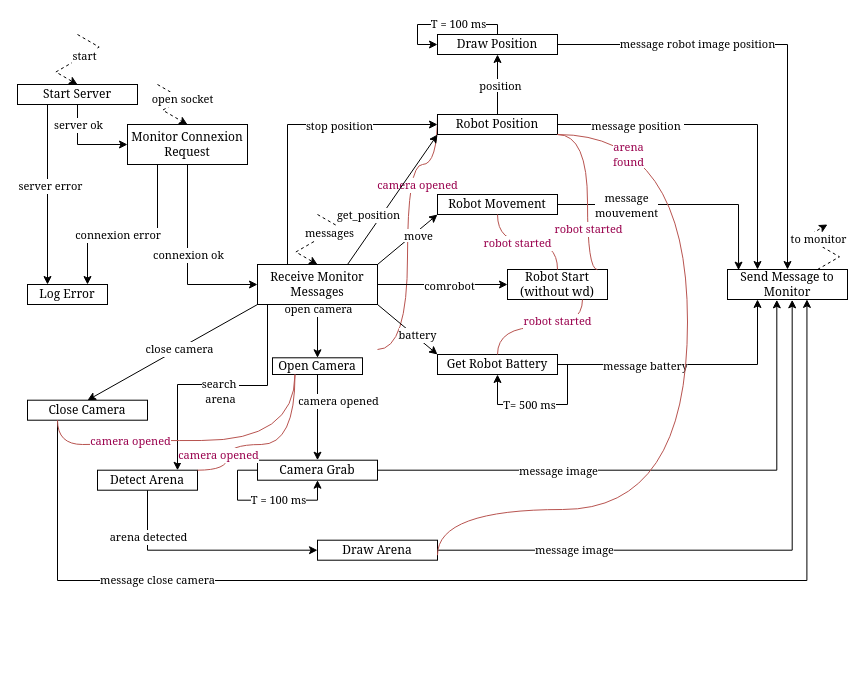
This is page "Page-3" (3 of 3) of Diagrama sem nome.drawio from Ruba008/BE_temps_reel, a draw.io file, before an edit. Source tidied: cells renumbered, new cells numbered last; positions are measured from the earlier drawing's top-left corner, leaving out a move shared by most shapes. Both pictures are drawn from the tidied source at 100%, with x=0, y=0 at pixel (17, 24).
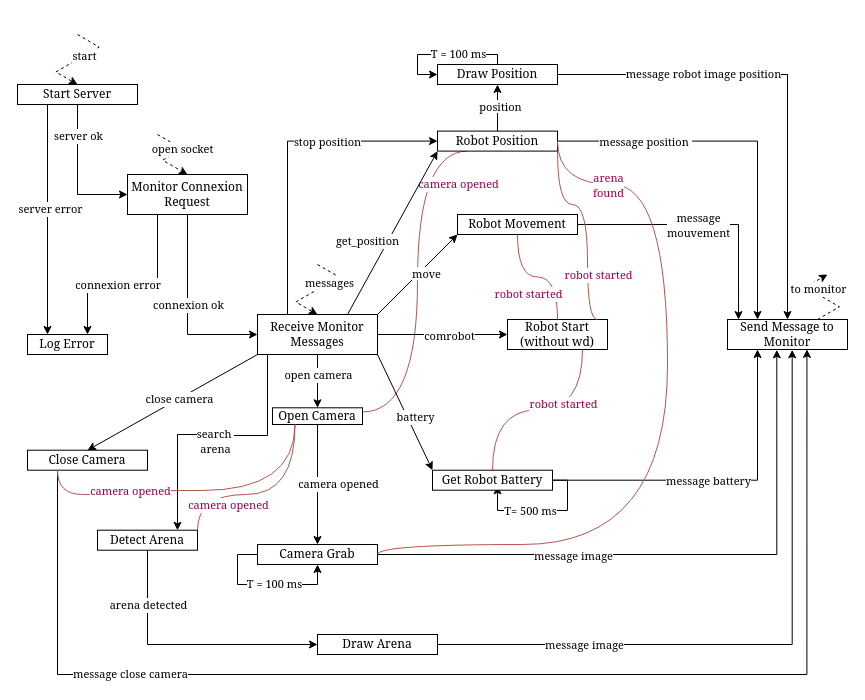
The same diagram, later.

The change refers to these unchanged cells:
```xml
<mxCell id="18" style="edgeStyle=orthogonalEdgeStyle;rounded=0;jettySize=auto;html=1;entryX=0.5;entryY=0;entryDx=0;entryDy=0;exitX=0.5;exitY=1;exitDx=0;exitDy=0;" parent="1" edge="1" source="34" target="40">
  <mxGeometry relative="1" as="geometry" />
</mxCell>
<mxCell id="38" style="edgeStyle=orthogonalEdgeStyle;rounded=0;jettySize=auto;html=1;entryX=0.5;entryY=0;entryDx=0;entryDy=0;" parent="1" edge="1" source="40" target="58">
  <mxGeometry relative="1" as="geometry" />
</mxCell>
<mxCell id="45" style="endArrow=none;html=1;rounded=0;entryX=0.5;entryY=1;entryDx=0;entryDy=0;exitX=0.5;exitY=0;exitDx=0;exitDy=0;edgeStyle=orthogonalEdgeStyle;curved=1;fillColor=#f8cecc;strokeColor=#b85450;" parent="1" edge="1" source="41" target="44">
  <mxGeometry relative="1" as="geometry" />
</mxCell>
<mxCell id="49" style="edgeStyle=orthogonalEdgeStyle;rounded=0;jettySize=auto;html=1;entryX=0.25;entryY=1;entryDx=0;entryDy=0;" parent="1" edge="1" source="51" target="61">
  <mxGeometry relative="1" as="geometry" />
</mxCell>
```

Change to the diagram source:
```diff
@@
-    <mxCell id="2" style="endArrow=none;html=1;rounded=0;entryX=0;entryY=0.5;entryDx=0;entryDy=0;exitX=1;exitY=0.25;exitDx=0;exitDy=0;edgeStyle=orthogonalEdgeStyle;curved=1;fillColor=#f8cecc;strokeColor=#b85450;" parent="1" edge="1">
+    <mxCell id="2" style="endArrow=none;html=1;rounded=0;entryX=0.25;entryY=1;entryDx=0;entryDy=0;exitX=1;exitY=0.25;exitDx=0;exitDy=0;edgeStyle=orthogonalEdgeStyle;curved=1;fillColor=#f8cecc;strokeColor=#b85450;" parent="1" edge="1" source="40" target="71">
       <mxGeometry relative="1" as="geometry">
-        <mxPoint x="360" y="325" as="sourcePoint" />
-        <mxPoint x="420" y="90" as="targetPoint" />
         <Array as="points">
-          <mxPoint x="390" y="325" />
-          <mxPoint x="390" y="140" />
-          <mxPoint x="420" y="140" />
+          <mxPoint x="400" y="388" />
+          <mxPoint x="400" y="127" />
         </Array>
       </mxGeometry>
     </mxCell>
     <mxCell id="3" value="&lt;font face=&quot;Georgia&quot;&gt;camera&amp;nbsp;&lt;/font&gt;&lt;span style=&quot;font-family: Georgia; background-color: light-dark(#ffffff, var(--ge-dark-color, #121212));&quot;&gt;opened&lt;/span&gt;" style="edgeLabel;html=1;align=center;verticalAlign=middle;fontColor=#99004D;" parent="2" vertex="1">
       <mxGeometry x="0.65" y="-9" relative="1" as="geometry">
-        <mxPoint x="-19" y="11" as="offset" />
+        <mxPoint x="31" y="19" as="offset" />
       </mxGeometry>
     </mxCell>
@@
     <mxCell id="11" style="edgeStyle=elbowEdgeStyle;rounded=0;jettySize=auto;html=1;elbow=vertical;entryX=0;entryY=0.5;entryDx=0;entryDy=0;" parent="1" edge="1" source="15" target="34">
       <mxGeometry relative="1" as="geometry">
         <Array as="points">
-          <mxPoint x="170" y="260" />
+          <mxPoint x="170" y="310" />
         </Array>
       </mxGeometry>
     </mxCell>
@@
     <mxCell id="13" style="edgeStyle=orthogonalEdgeStyle;rounded=0;jettySize=auto;html=1;exitX=0.25;exitY=1;exitDx=0;exitDy=0;entryX=0.75;entryY=0;entryDx=0;entryDy=0;" parent="1" edge="1" source="15" target="35">
       <mxGeometry relative="1" as="geometry">
         <Array as="points">
-          <mxPoint x="140" y="210" />
-          <mxPoint x="70" y="210" />
+          <mxPoint x="140" y="260" />
+          <mxPoint x="70" y="260" />
         </Array>
       </mxGeometry>
     </mxCell>
@@
     <mxCell id="15" value="Monitor Connexion Request" style="rounded=0;whiteSpace=wrap;html=1;fontFamily=Georgia;" parent="1" vertex="1">
-      <mxGeometry x="110" y="100" width="120" height="40" as="geometry" />
+      <mxGeometry x="110" y="150" width="120" height="40" as="geometry" />
     </mxCell>
     <mxCell id="16" style="edgeStyle=isometricEdgeStyle;rounded=0;jettySize=auto;html=1;entryX=0.5;entryY=0;entryDx=0;entryDy=0;elbow=vertical;dashed=1;" parent="1" edge="1" target="15">
       <mxGeometry relative="1" as="geometry">
-        <mxPoint x="140" y="60" as="sourcePoint" />
+        <mxPoint x="140" y="110" as="sourcePoint" />
       </mxGeometry>
     </mxCell>
@@
     <mxCell id="19" value="&lt;font face=&quot;Georgia&quot;&gt;open camera&lt;/font&gt;" style="edgeLabel;html=1;align=center;verticalAlign=middle;" parent="18" vertex="1">
       <mxGeometry x="-0.23" relative="1" as="geometry">
-        <mxPoint y="-17" as="offset" />
+        <mxPoint y="-1" as="offset" />
       </mxGeometry>
     </mxCell>
@@
     <mxCell id="32" style="edgeStyle=orthogonalEdgeStyle;rounded=0;jettySize=auto;html=1;exitX=0.25;exitY=1;exitDx=0;exitDy=0;entryX=0.8;entryY=0.004;entryDx=0;entryDy=0;entryPerimeter=0;" parent="1" edge="1" source="34" target="86">
       <mxGeometry relative="1" as="geometry">
         <Array as="points">
-          <mxPoint x="250" y="280" />
-          <mxPoint x="250" y="361" />
-          <mxPoint x="190" y="361" />
-          <mxPoint x="190" y="360" />
-          <mxPoint x="160" y="360" />
+          <mxPoint x="250" y="330" />
+          <mxPoint x="250" y="411" />
+          <mxPoint x="190" y="411" />
+          <mxPoint x="190" y="410" />
+          <mxPoint x="160" y="410" />
         </Array>
       </mxGeometry>
     </mxCell>
@@
     <mxCell id="34" value="&lt;font face=&quot;Georgia&quot;&gt;Receive Monitor Messages&lt;/font&gt;" style="rounded=0;whiteSpace=wrap;html=1;" parent="1" vertex="1">
-      <mxGeometry x="240" y="240" width="120" height="40" as="geometry" />
+      <mxGeometry x="240" y="290" width="120" height="40" as="geometry" />
     </mxCell>
     <mxCell id="35" value="&lt;font face=&quot;Georgia&quot;&gt;Log Error&lt;/font&gt;" style="rounded=0;whiteSpace=wrap;html=1;" parent="1" vertex="1">
-      <mxGeometry x="10" y="260" width="80" height="20" as="geometry" />
+      <mxGeometry x="10" y="310" width="80" height="20" as="geometry" />
     </mxCell>
     <mxCell id="36" style="edgeStyle=isometricEdgeStyle;rounded=0;jettySize=auto;html=1;entryX=0.5;entryY=0;entryDx=0;entryDy=0;elbow=vertical;dashed=1;" parent="1" edge="1" target="34">
       <mxGeometry relative="1" as="geometry">
-        <mxPoint x="300" y="190" as="sourcePoint" />
+        <mxPoint x="300" y="240" as="sourcePoint" />
       </mxGeometry>
     </mxCell>
@@
     <mxCell id="39" value="&lt;font face=&quot;Georgia&quot;&gt;camera opened&lt;/font&gt;" style="edgeLabel;html=1;align=center;verticalAlign=middle;" parent="38" vertex="1">
       <mxGeometry x="-0.24" relative="1" as="geometry">
-        <mxPoint x="20" y="-7" as="offset" />
+        <mxPoint x="20" y="13" as="offset" />
       </mxGeometry>
     </mxCell>
     <mxCell id="40" value="&lt;font face=&quot;Georgia&quot;&gt;Open Camera&lt;/font&gt;" style="rounded=0;whiteSpace=wrap;html=1;" parent="1" vertex="1">
-      <mxGeometry x="255" y="333.3" width="90" height="16.7" as="geometry" />
+      <mxGeometry x="255" y="383.3" width="90" height="16.7" as="geometry" />
     </mxCell>
     <mxCell id="41" value="&lt;font face=&quot;Georgia&quot;&gt;Robot Start (without wd)&lt;/font&gt;" style="rounded=0;whiteSpace=wrap;html=1;" parent="1" vertex="1">
-      <mxGeometry x="490" y="245" width="100" height="30" as="geometry" />
+      <mxGeometry x="490" y="295" width="100" height="30" as="geometry" />
     </mxCell>
-    <mxCell id="42" style="edgeStyle=orthogonalEdgeStyle;rounded=0;jettySize=auto;html=1;entryX=0.092;entryY=0.021;entryDx=0;entryDy=0;entryPerimeter=0;" parent="1" edge="1" source="44" target="61">
+    <mxCell id="42" style="edgeStyle=orthogonalEdgeStyle;rounded=0;jettySize=auto;html=1;entryX=0.092;entryY=0.003;entryDx=0;entryDy=0;entryPerimeter=0;exitX=1;exitY=0.5;exitDx=0;exitDy=0;" parent="1" edge="1" source="44" target="61">
       <mxGeometry relative="1" as="geometry">
         <Array as="points">
-          <mxPoint x="721" y="180" />
+          <mxPoint x="721" y="200" />
         </Array>
       </mxGeometry>
     </mxCell>
     <mxCell id="43" value="&lt;font face=&quot;Georgia&quot;&gt;message&lt;/font&gt;&lt;div&gt;&lt;font face=&quot;Georgia&quot;&gt;mouvement&lt;/font&gt;&lt;/div&gt;" style="edgeLabel;html=1;align=center;verticalAlign=middle;" parent="42" vertex="1">
       <mxGeometry x="-0.62" relative="1" as="geometry">
-        <mxPoint x="21" as="offset" />
+        <mxPoint x="71" as="offset" />
       </mxGeometry>
     </mxCell>
     <mxCell id="44" value="Robot Movement" style="rounded=0;whiteSpace=wrap;html=1;fontFamily=Georgia;" parent="1" vertex="1">
-      <mxGeometry x="420" y="170" width="120" height="20" as="geometry" />
+      <mxGeometry x="440" y="190" width="120" height="20" as="geometry" />
     </mxCell>
@@
     <mxCell id="46" value="&lt;font face=&quot;Georgia&quot;&gt;robot started&lt;/font&gt;" style="edgeLabel;html=1;align=center;verticalAlign=middle;fontColor=#99004D;" parent="45" vertex="1">
       <mxGeometry x="0.02" y="1" relative="1" as="geometry">
-        <mxPoint x="-9" as="offset" />
+        <mxPoint x="-8" y="16" as="offset" />
       </mxGeometry>
     </mxCell>
-    <mxCell id="47" style="edgeStyle=orthogonalEdgeStyle;rounded=0;orthogonalLoop=1;jettySize=auto;html=1;entryX=0.5;entryY=1;entryDx=0;entryDy=0;" parent="1" edge="1" source="51" target="51">
+    <mxCell id="47" style="edgeStyle=orthogonalEdgeStyle;rounded=0;jettySize=auto;html=1;entryX=0.5;entryY=1;entryDx=0;entryDy=0;exitX=1;exitY=0.5;exitDx=0;exitDy=0;" parent="1" edge="1" source="51">
       <mxGeometry relative="1" as="geometry">
+        <mxPoint x="480" y="461.3" as="targetPoint" />
         <Array as="points">
-          <mxPoint x="550" y="340" />
-          <mxPoint x="550" y="380" />
-          <mxPoint x="480" y="380" />
+          <mxPoint x="550" y="456" />
+          <mxPoint x="550" y="486" />
+          <mxPoint x="480" y="486" />
         </Array>
       </mxGeometry>
     </mxCell>
@@
     <mxCell id="50" value="message battery" style="edgeLabel;html=1;align=center;verticalAlign=middle;fontFamily=Georgia;" parent="49" vertex="1">
-      <mxGeometry x="-0.34" relative="1" as="geometry" />
+      <mxGeometry x="-0.34" relative="1" as="geometry">
+        <mxPoint x="44" as="offset" />
+      </mxGeometry>
     </mxCell>
     <mxCell id="51" value="Get Robot Battery" style="rounded=0;whiteSpace=wrap;html=1;fontFamily=Georgia;" parent="1" vertex="1">
-      <mxGeometry x="420" y="330" width="120" height="20" as="geometry" />
+      <mxGeometry x="415" y="445.7" width="120" height="20" as="geometry" />
     </mxCell>
@@
     <mxCell id="56" style="edgeStyle=orthogonalEdgeStyle;rounded=0;orthogonalLoop=1;jettySize=auto;html=1;entryX=0.5;entryY=1;entryDx=0;entryDy=0;" parent="1" edge="1" source="58" target="58">
       <mxGeometry relative="1" as="geometry">
         <Array as="points">
-          <mxPoint x="220" y="445.7" />
-          <mxPoint x="220" y="475.7" />
-          <mxPoint x="300" y="475.7" />
+          <mxPoint x="220" y="530" />
+          <mxPoint x="220" y="560" />
+          <mxPoint x="300" y="560" />
         </Array>
       </mxGeometry>
     </mxCell>
     <mxCell id="57" value="&lt;font face=&quot;Georgia&quot;&gt;T = 100 ms&lt;/font&gt;" style="edgeLabel;html=1;align=center;verticalAlign=middle;" parent="56" vertex="1">
-      <mxGeometry x="-0.09" relative="1" as="geometry">
-        <mxPoint x="22" as="offset" />
+      <mxGeometry x="-0.19" y="1" relative="1" as="geometry">
+        <mxPoint x="25" as="offset" />
       </mxGeometry>
     </mxCell>
     <mxCell id="58" value="&lt;font face=&quot;Georgia&quot;&gt;Camera Grab&lt;/font&gt;" style="rounded=0;whiteSpace=wrap;html=1;" parent="1" vertex="1">
-      <mxGeometry x="240" y="435.7" width="120" height="20" as="geometry" />
+      <mxGeometry x="240" y="520" width="120" height="20" as="geometry" />
     </mxCell>
     <mxCell id="59" style="edgeStyle=isometricEdgeStyle;rounded=0;jettySize=auto;html=1;exitX=0.75;exitY=0;exitDx=0;exitDy=0;entryX=0.5;entryY=1;entryDx=0;entryDy=0;dashed=1;" parent="1" edge="1" source="61">
       <mxGeometry relative="1" as="geometry">
-        <mxPoint x="810" y="200" as="targetPoint" />
+        <mxPoint x="810" y="250" as="targetPoint" />
       </mxGeometry>
     </mxCell>
@@
     <mxCell id="61" value="&lt;font face=&quot;Georgia&quot;&gt;Send Message to Monitor&lt;/font&gt;" style="rounded=0;whiteSpace=wrap;html=1;" parent="1" vertex="1">
-      <mxGeometry x="710" y="245" width="120" height="30" as="geometry" />
+      <mxGeometry x="710" y="295" width="120" height="30" as="geometry" />
     </mxCell>
     <mxCell id="62" style="edgeStyle=orthogonalEdgeStyle;rounded=0;jettySize=auto;html=1;exitX=0.25;exitY=1;exitDx=0;exitDy=0;entryX=0.662;entryY=0.996;entryDx=0;entryDy=0;entryPerimeter=0;" parent="1" edge="1" source="64" target="61">
       <mxGeometry relative="1" as="geometry">
         <Array as="points">
-          <mxPoint x="40" y="556" />
-          <mxPoint x="789" y="556" />
+          <mxPoint x="40" y="650" />
+          <mxPoint x="789" y="650" />
         </Array>
       </mxGeometry>
     </mxCell>
@@
     <mxCell id="64" value="&lt;font face=&quot;Georgia&quot;&gt;Close Camera&lt;/font&gt;" style="rounded=0;whiteSpace=wrap;html=1;" parent="1" vertex="1">
-      <mxGeometry x="10" y="375.7" width="120" height="20" as="geometry" />
+      <mxGeometry x="10" y="425.7" width="120" height="20" as="geometry" />
     </mxCell>
     <mxCell id="65" style="endArrow=none;html=1;rounded=0;entryX=0.25;entryY=1;entryDx=0;entryDy=0;exitX=0.25;exitY=1;exitDx=0;exitDy=0;edgeStyle=orthogonalEdgeStyle;curved=1;fillColor=#f8cecc;strokeColor=#b85450;" parent="1" edge="1" source="64" target="40">
       <mxGeometry relative="1" as="geometry">
         <Array as="points">
-          <mxPoint x="40" y="420" />
-          <mxPoint x="90" y="420" />
-          <mxPoint x="90" y="416" />
-          <mxPoint x="278" y="416" />
+          <mxPoint x="40" y="470" />
+          <mxPoint x="90" y="470" />
+          <mxPoint x="90" y="466" />
+          <mxPoint x="278" y="466" />
         </Array>
       </mxGeometry>
     </mxCell>
@@
     <mxCell id="71" value="Robot Position" style="rounded=0;whiteSpace=wrap;html=1;fontFamily=Georgia;" parent="1" vertex="1">
-      <mxGeometry x="420" y="90" width="120" height="20" as="geometry" />
+      <mxGeometry x="420" y="106.6" width="120" height="20" as="geometry" />
     </mxCell>
     <mxCell id="72" style="endArrow=none;html=1;rounded=0;entryX=1;entryY=1;entryDx=0;entryDy=0;exitX=0.899;exitY=0.004;exitDx=0;exitDy=0;edgeStyle=orthogonalEdgeStyle;curved=1;fillColor=#f8cecc;strokeColor=#b85450;exitPerimeter=0;" parent="1" edge="1" source="41" target="71">
       <mxGeometry relative="1" as="geometry">
         <Array as="points">
-          <mxPoint x="570" y="245" />
-          <mxPoint x="570" y="110" />
+          <mxPoint x="570" y="295" />
+          <mxPoint x="570" y="180" />
+          <mxPoint x="540" y="180" />
         </Array>
       </mxGeometry>
     </mxCell>
     <mxCell id="73" value="&lt;font face=&quot;Georgia&quot;&gt;robot started&lt;/font&gt;" style="edgeLabel;html=1;align=center;verticalAlign=middle;fontColor=#99004D;" parent="72" vertex="1">
       <mxGeometry x="-0.22" y="1" relative="1" as="geometry">
-        <mxPoint x="1" y="17" as="offset" />
+        <mxPoint x="11" y="26" as="offset" />
       </mxGeometry>
     </mxCell>
@@
     <mxCell id="76" style="edgeStyle=orthogonalEdgeStyle;rounded=0;orthogonalLoop=1;jettySize=auto;html=1;exitX=0.5;exitY=0;exitDx=0;exitDy=0;entryX=0;entryY=0.5;entryDx=0;entryDy=0;" parent="1" edge="1" source="78" target="78">
       <mxGeometry relative="1" as="geometry">
         <Array as="points">
-          <mxPoint x="480" />
-          <mxPoint x="400" />
-          <mxPoint x="400" y="20" />
+          <mxPoint x="480" y="30" />
+          <mxPoint x="400" y="30" />
+          <mxPoint x="400" y="50" />
         </Array>
       </mxGeometry>
     </mxCell>
@@
     <mxCell id="78" value="Draw Position" style="rounded=0;whiteSpace=wrap;html=1;fontFamily=Georgia;" parent="1" vertex="1">
-      <mxGeometry x="420" y="10" width="120" height="20" as="geometry" />
+      <mxGeometry x="420" y="40" width="120" height="20" as="geometry" />
     </mxCell>
@@
     <mxCell id="81" value="&lt;font face=&quot;Georgia&quot;&gt;Draw Arena&lt;/font&gt;" style="rounded=0;whiteSpace=wrap;html=1;" parent="1" vertex="1">
-      <mxGeometry x="300" y="515.7" width="120" height="20" as="geometry" />
+      <mxGeometry x="300" y="610" width="120" height="20" as="geometry" />
     </mxCell>
-    <mxCell id="82" style="endArrow=none;html=1;rounded=0;entryX=1;entryY=0.25;entryDx=0;entryDy=0;exitX=1;exitY=0;exitDx=0;exitDy=0;edgeStyle=orthogonalEdgeStyle;curved=1;strokeColor=#b85450;fillColor=#f8cecc;" parent="1" edge="1">
+    <mxCell id="82" style="endArrow=none;html=1;rounded=0;entryX=1;entryY=0.5;entryDx=0;entryDy=0;edgeStyle=orthogonalEdgeStyle;curved=1;strokeColor=#b85450;fillColor=#f8cecc;exitX=1;exitY=0.5;exitDx=0;exitDy=0;" parent="1" edge="1" source="58" target="71">
       <mxGeometry relative="1" as="geometry">
-        <mxPoint x="420" y="530.7" as="sourcePoint" />
-        <mxPoint x="540" y="110" as="targetPoint" />
         <Array as="points">
-          <mxPoint x="420" y="485" />
-          <mxPoint x="670" y="485" />
-          <mxPoint x="670" y="110" />
+          <mxPoint x="360" y="520" />
+          <mxPoint x="650" y="520" />
+          <mxPoint x="650" y="160" />
+          <mxPoint x="540" y="160" />
         </Array>
       </mxGeometry>
     </mxCell>
@@
     <mxCell id="86" value="&lt;font face=&quot;Georgia&quot;&gt;Detect Arena&lt;/font&gt;" style="rounded=0;whiteSpace=wrap;html=1;" parent="1" vertex="1">
-      <mxGeometry x="80" y="445.7" width="100" height="20" as="geometry" />
+      <mxGeometry x="80" y="505.7" width="100" height="20" as="geometry" />
     </mxCell>
     <mxCell id="87" style="endArrow=none;html=1;rounded=0;entryX=0.25;entryY=1;entryDx=0;entryDy=0;exitX=1;exitY=0;exitDx=0;exitDy=0;edgeStyle=orthogonalEdgeStyle;curved=1;fillColor=#f8cecc;strokeColor=#b85450;" parent="1" edge="1" source="86" target="40">
       <mxGeometry relative="1" as="geometry">
         <Array as="points">
-          <mxPoint x="210" y="446" />
-          <mxPoint x="210" y="420" />
-          <mxPoint x="278" y="420" />
+          <mxPoint x="180" y="470" />
+          <mxPoint x="277" y="470" />
         </Array>
       </mxGeometry>
     </mxCell>
     <mxCell id="88" value="&lt;font face=&quot;Georgia&quot; style=&quot;color: rgb(153, 0, 77);&quot;&gt;camera opened&lt;/font&gt;" style="edgeLabel;html=1;align=center;verticalAlign=middle;" parent="87" vertex="1">
       <mxGeometry x="-0.36" y="-7" relative="1" as="geometry">
-        <mxPoint x="-16" y="3" as="offset" />
+        <mxPoint x="1" y="3" as="offset" />
       </mxGeometry>
     </mxCell>
```
